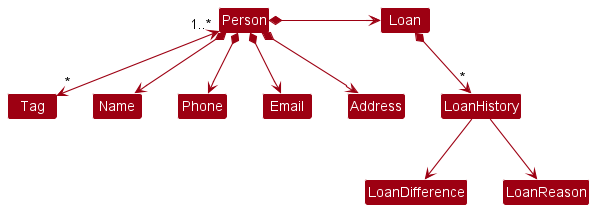
The PlantUML diagram docs/images/PersonClassDiagram.png in nus-cs2103-AY2223S1/tp, before a commit.
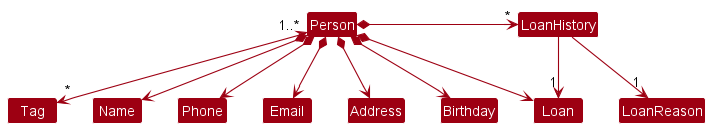
Above is the later version.

What changed in the source:
```diff
@@ -10,8 +10,9 @@
 Person *--> Phone
 Person *--> Email
 Person *--> Address
+Person *--> Birthday
 Person *-right-> Loan
-Loan *--> "*" LoanHistory
-LoanHistory --> LoanDifference
-LoanHistory --> LoanReason
+Person *--right-> "*" LoanHistory
+LoanHistory --> "1" Loan
+LoanHistory --> "1" LoanReason
 @enduml
```
